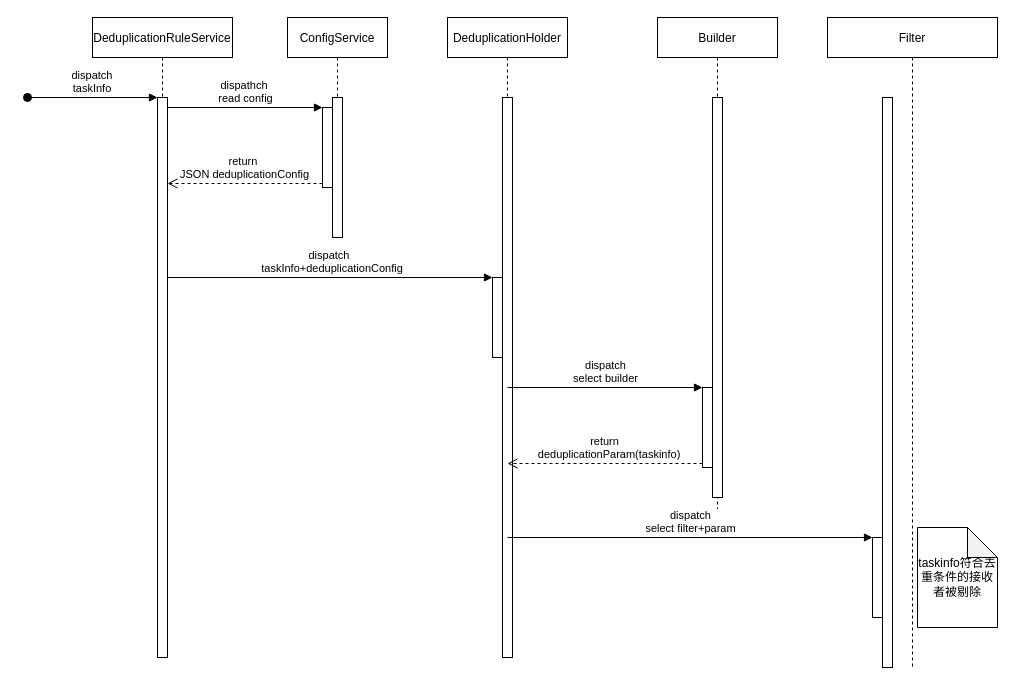
Earlier version of the draw.io diagram austin发送消息去重分析.drawio (moonckk/drawio). Source tidied: cells renumbered, new cells numbered last; positions are measured from the earlier drawing's top-left corner, leaving out a move shared by most shapes. Both pictures are drawn from the tidied source at 100%, with x=0, y=0 at pixel (27, 17).
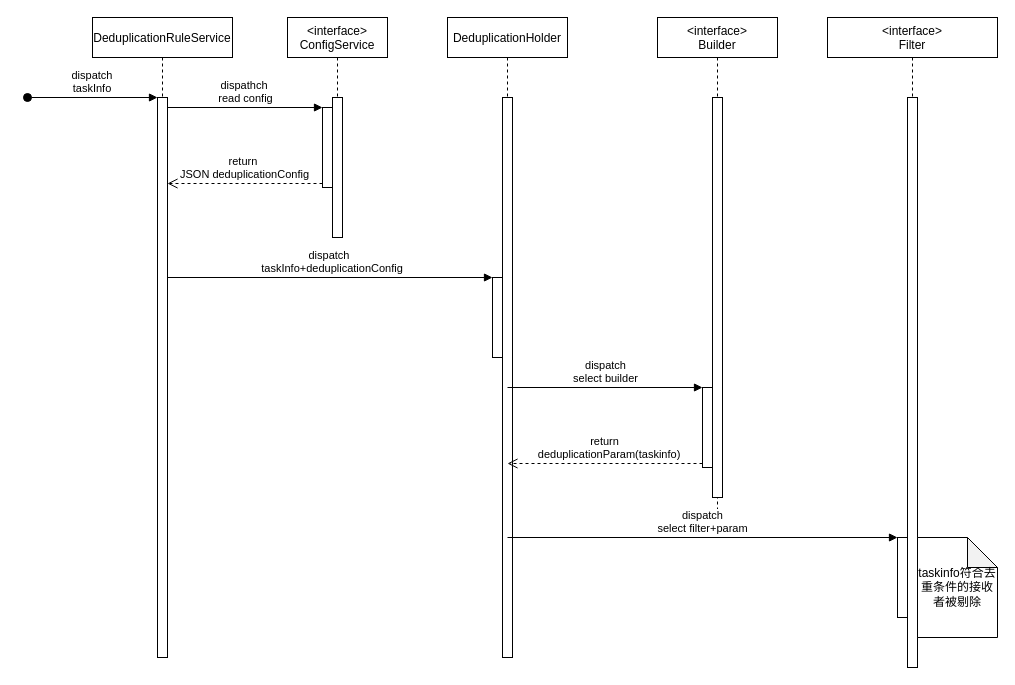
The same diagram, later.

Commit message (it also covers changes not shown here):
更新austin发送消息去重分析.drawio

What changed in the source:
```diff
@@
-    <mxCell id="5" value="ConfigService" style="shape=umlLifeline;perimeter=lifelinePerimeter;rounded=0;shadow=0;strokeWidth=1;" parent="1" vertex="1">
+    <mxCell id="5" value="&lt;interface&gt;&#10;ConfigService" style="shape=umlLifeline;perimeter=lifelinePerimeter;rounded=0;shadow=0;strokeWidth=1;" parent="1" vertex="1">
       <mxGeometry x="260" width="100" height="220" as="geometry" />
     </mxCell>
-    <mxCell id="6" style="perimeter=orthogonalPerimeter;rounded=0;shadow=0;strokeWidth=1;" parent="5" vertex="1">
-      <mxGeometry x="45" y="80" width="10" height="140" as="geometry" />
-    </mxCell>
-    <mxCell id="7" style="html=1;points=[];perimeter=orthogonalPerimeter;" parent="5" vertex="1">
-      <mxGeometry x="35" y="90" width="10" height="80" as="geometry" />
-    </mxCell>
@@
-    <mxCell id="11" value="Builder" style="shape=umlLifeline;perimeter=lifelinePerimeter;rounded=0;shadow=0;strokeWidth=1;" parent="1" vertex="1">
+    <mxCell id="11" value="&lt;interface&gt;&#10;Builder" style="shape=umlLifeline;perimeter=lifelinePerimeter;rounded=0;shadow=0;strokeWidth=1;" parent="1" vertex="1">
       <mxGeometry x="630" width="120" height="520" as="geometry" />
     </mxCell>
@@
-    <mxCell id="18" value="Filter" style="shape=umlLifeline;perimeter=lifelinePerimeter;rounded=0;shadow=0;strokeWidth=1;" parent="1" vertex="1">
+    <mxCell id="18" value="&lt;interface&gt;&#10;Filter" style="shape=umlLifeline;perimeter=lifelinePerimeter;rounded=0;shadow=0;strokeWidth=1;" parent="1" vertex="1">
       <mxGeometry x="800" width="170" height="650" as="geometry" />
     </mxCell>
     <mxCell id="19" style="perimeter=orthogonalPerimeter;rounded=0;shadow=0;strokeWidth=1;" parent="18" vertex="1">
-      <mxGeometry x="55" y="80" width="10" height="570" as="geometry" />
+      <mxGeometry x="80" y="80" width="10" height="570" as="geometry" />
     </mxCell>
     <mxCell id="20" style="html=1;points=[];perimeter=orthogonalPerimeter;" parent="18" vertex="1">
-      <mxGeometry x="45" y="520" width="10" height="80" as="geometry" />
+      <mxGeometry x="70" y="520" width="10" height="80" as="geometry" />
     </mxCell>
     <mxCell id="21" value="taskinfo符合去重条件的接收者被剔除" style="shape=note;whiteSpace=wrap;html=1;backgroundOutline=1;darkOpacity=0.05;" parent="18" vertex="1">
-      <mxGeometry x="90" y="510" width="80" height="100" as="geometry" />
+      <mxGeometry x="90" y="520" width="80" height="100" as="geometry" />
     </mxCell>
@@
+    <mxCell id="6" style="perimeter=orthogonalPerimeter;rounded=0;shadow=0;strokeWidth=1;" parent="1" vertex="1">
+      <mxGeometry x="305" y="80" width="10" height="140" as="geometry" />
+    </mxCell>
+    <mxCell id="7" style="html=1;points=[];perimeter=orthogonalPerimeter;" parent="1" vertex="1">
+      <mxGeometry x="295" y="90" width="10" height="80" as="geometry" />
+    </mxCell>
```
